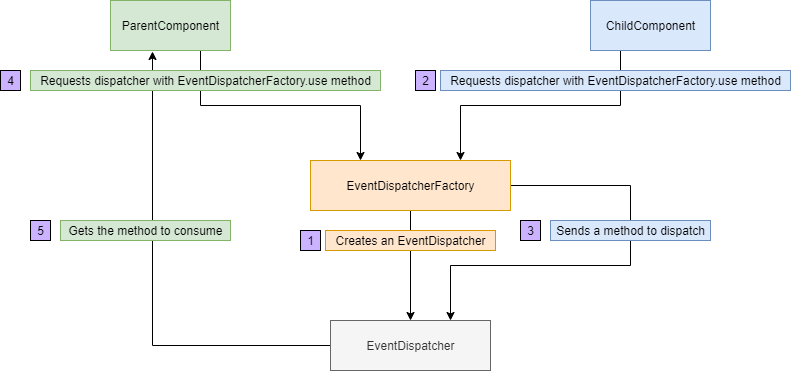
Above: react-event-dispatcher-architecture-schema.png in MuhammedBeraKoc/react-event-dispatcher (draw.io), before the change. Source tidied: cells renumbered, new cells last; positions are measured from the earlier drawing's top-left corner, leaving out a move shared by most shapes.
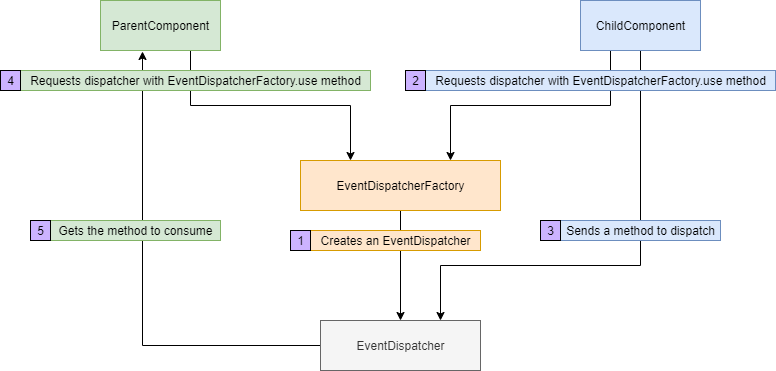
Later version of the same file.

Commit message:
🌌 FEATURE: Added gitter. Added a complete example in README.md. Updated .npmignore for unnecessary files and folders. Updated schema.

Change to the diagram source:
```diff
@@ -2,11 +2,10 @@
   <root>
     <mxCell id="0" />
     <mxCell id="1" parent="0" />
-    <mxCell id="2" style="edgeStyle=orthogonalEdgeStyle;rounded=0;jettySize=auto;html=1;exitX=1;exitY=0.5;exitDx=0;exitDy=0;entryX=0.75;entryY=0;entryDx=0;entryDy=0;" parent="1" edge="1" source="4" target="10">
+    <mxCell id="2" style="edgeStyle=orthogonalEdgeStyle;rounded=0;jettySize=auto;html=1;exitX=0.5;exitY=1;exitDx=0;exitDy=0;entryX=0.75;entryY=0;entryDx=0;entryDy=0;" parent="1" edge="1" source="6" target="10">
       <mxGeometry relative="1" as="geometry">
         <Array as="points">
-          <mxPoint x="630" y="185" />
-          <mxPoint x="630" y="265" />
+          <mxPoint x="650" y="265" />
           <mxPoint x="450" y="265" />
         </Array>
       </mxGeometry>
@@ -36,13 +35,13 @@
       <mxGeometry x="330" y="320" width="160" height="50" as="geometry" />
     </mxCell>
     <mxCell id="11" value="Creates an EventDispatcher" style="text;html=1;align=center;verticalAlign=middle;fillColor=#ffe6cc;strokeColor=#d79b00;" parent="1" vertex="1">
-      <mxGeometry x="325" y="230" width="170" height="20" as="geometry" />
+      <mxGeometry x="320" y="230" width="170" height="20" as="geometry" />
     </mxCell>
     <mxCell id="12" value="Requests dispatcher with EventDispatcherFactory.use method" style="text;html=1;align=center;verticalAlign=middle;fillColor=#dae8fc;strokeColor=#6c8ebf;" parent="1" vertex="1">
-      <mxGeometry x="440" y="70" width="350" height="20" as="geometry" />
+      <mxGeometry x="435" y="70" width="350" height="20" as="geometry" />
     </mxCell>
     <mxCell id="13" value="Sends a method to dispatch" style="text;html=1;align=center;verticalAlign=middle;fillColor=#dae8fc;strokeColor=#6c8ebf;" parent="1" vertex="1">
-      <mxGeometry x="550" y="220" width="160" height="20" as="geometry" />
+      <mxGeometry x="570" y="220" width="160" height="20" as="geometry" />
     </mxCell>
     <mxCell id="14" value="Requests dispatcher with EventDispatcherFactory.use method" style="text;html=1;align=center;verticalAlign=middle;fillColor=#d5e8d4;strokeColor=#82b366;" parent="1" vertex="1">
       <mxGeometry x="30" y="70" width="350" height="20" as="geometry" />
@@ -54,16 +53,16 @@
       <mxGeometry x="300" y="230" width="20" height="20" as="geometry" />
     </mxCell>
     <mxCell id="17" value="5" style="text;html=1;align=center;verticalAlign=middle;strokeColor=#000000;fillColor=#CCB3FF;" parent="1" vertex="1">
-      <mxGeometry x="30" y="220" width="20" height="20" as="geometry" />
+      <mxGeometry x="40" y="220" width="20" height="20" as="geometry" />
     </mxCell>
     <mxCell id="18" value="4" style="text;html=1;align=center;verticalAlign=middle;strokeColor=#000000;fillColor=#CCB3FF;" parent="1" vertex="1">
-      <mxGeometry y="70" width="20" height="20" as="geometry" />
+      <mxGeometry x="10" y="70" width="20" height="20" as="geometry" />
     </mxCell>
     <mxCell id="19" value="2" style="text;html=1;align=center;verticalAlign=middle;strokeColor=#000000;fillColor=#CCB3FF;" parent="1" vertex="1">
       <mxGeometry x="415" y="70" width="20" height="20" as="geometry" />
     </mxCell>
     <mxCell id="20" value="3" style="text;html=1;align=center;verticalAlign=middle;strokeColor=#000000;fillColor=#CCB3FF;" parent="1" vertex="1">
-      <mxGeometry x="520" y="220" width="20" height="20" as="geometry" />
+      <mxGeometry x="550" y="220" width="20" height="20" as="geometry" />
     </mxCell>
   </root>
 </mxGraphModel>
```
